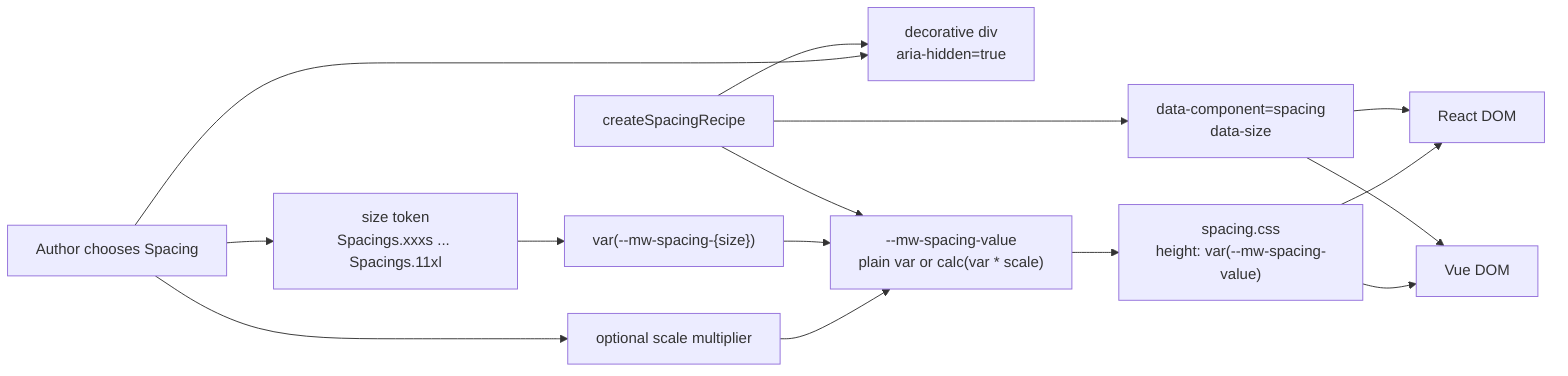
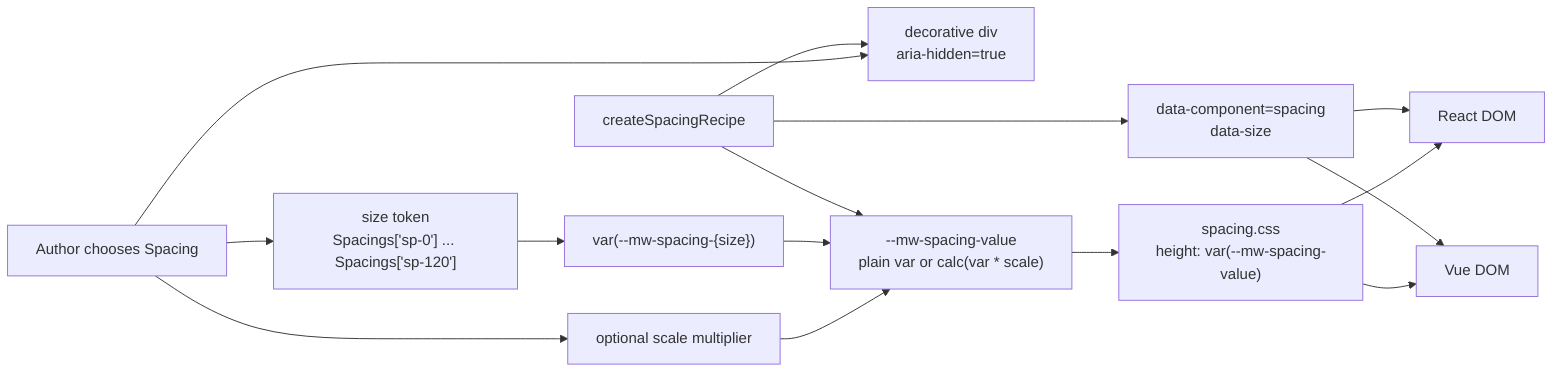
flowchart LR
  AuthorChoice["Author chooses Spacing"] --> DecorativeDiv["decorative div\naria-hidden=true"]
-   AuthorChoice --> SizeChoice["size token\nSpacings.xxxs ... Spacings.11xl"]
+   AuthorChoice --> SizeChoice["size token\nSpacings['sp-0'] ... Spacings['sp-120']"]
  AuthorChoice --> ScaleChoice["optional scale multiplier"]

  SizeChoice --> TokenRef["var(--mw-spacing-{size})"]
  ScaleChoice --> SpacingValue["--mw-spacing-value\nplain var or calc(var * scale)"]
  TokenRef --> SpacingValue

  Recipe["createSpacingRecipe"] --> LocalData["data-component=spacing\ndata-size"]
  Recipe --> DecorativeDiv
  Recipe --> SpacingValue

  SpacingValue --> CssHeight["spacing.css\nheight: var(--mw-spacing-value)"]
  CssHeight --> ReactDom["React DOM"]
  CssHeight --> VueDom["Vue DOM"]
  LocalData --> ReactDom
  LocalData --> VueDom
